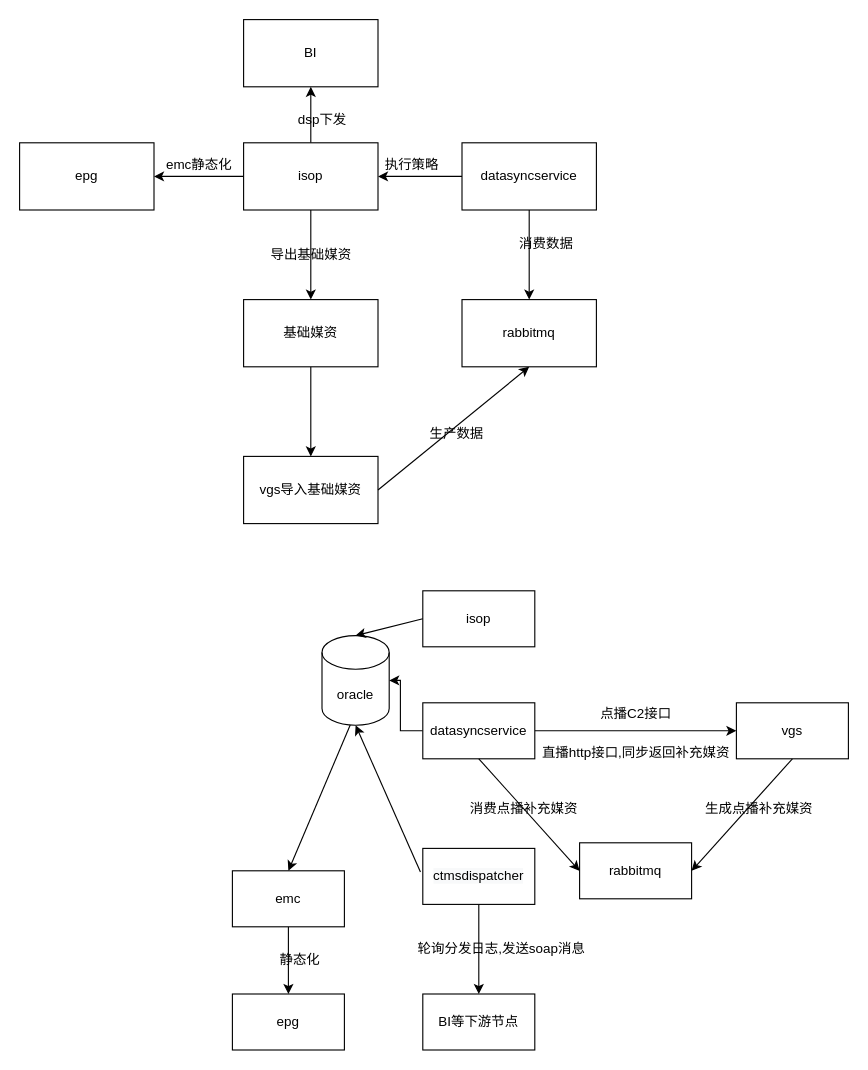
Earlier version of the draw.io diagram 日志分析dess.drawio (utscgeorge/processitemtest). Source tidied: cells renumbered, new cells numbered last; positions are measured from the earlier drawing's top-left corner, leaving out a move shared by most shapes. Both pictures are drawn from the tidied source at 112%, with x=0, y=0 at pixel (19, 19).
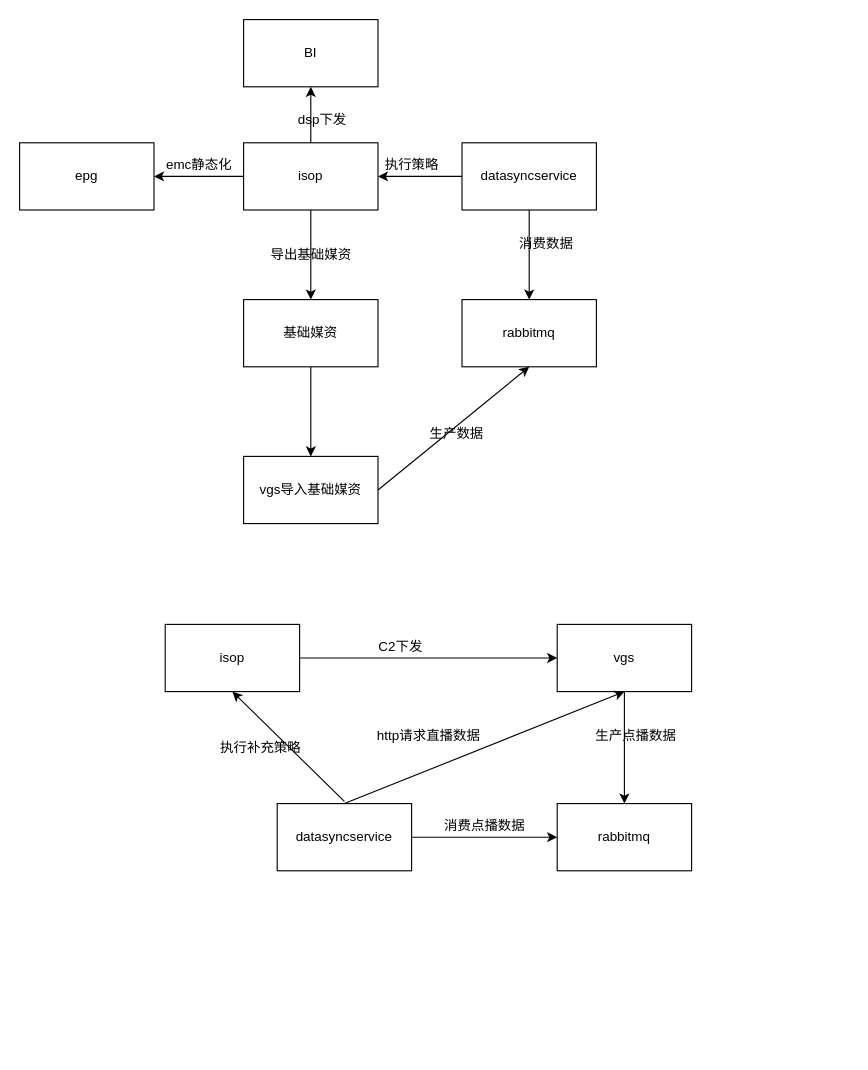
The same diagram, later.

The edit, as a diff of the source:
```diff
@@
-    <mxCell id="3" value="isop" style="whiteSpace=wrap;html=1;" parent="1" vertex="1">
-      <mxGeometry x="360" y="510" width="100" height="50" as="geometry" />
-    </mxCell>
-    <mxCell id="4" value="vgs" style="whiteSpace=wrap;html=1;" parent="1" vertex="1">
-      <mxGeometry x="640" y="610" width="100" height="50" as="geometry" />
-    </mxCell>
-    <mxCell id="5" value="点播C2接口" style="text;html=1;align=center;verticalAlign=middle;strokeColor=none;" parent="1" vertex="1">
-      <mxGeometry x="510" y="610" width="80" height="20" as="geometry" />
-    </mxCell>
-    <mxCell id="6" value="oracle" style="shape=cylinder3;whiteSpace=wrap;html=1;boundedLbl=1;backgroundOutline=1;size=15;" parent="1" vertex="1">
-      <mxGeometry x="270" y="550" width="60" height="80" as="geometry" />
-    </mxCell>
-    <mxCell id="7" style="edgeStyle=orthogonalEdgeStyle;rounded=0;jettySize=auto;html=1;" parent="1" edge="1" source="9" target="6">
-      <mxGeometry relative="1" as="geometry" />
-    </mxCell>
-    <mxCell id="8" style="edgeStyle=orthogonalEdgeStyle;rounded=0;jettySize=auto;html=1;" parent="1" edge="1" source="9">
-      <mxGeometry relative="1" as="geometry">
-        <mxPoint x="640" y="635" as="targetPoint" />
-      </mxGeometry>
-    </mxCell>
-    <mxCell id="9" value="datasyncservice" style="whiteSpace=wrap;html=1;" parent="1" vertex="1">
-      <mxGeometry x="360" y="610" width="100" height="50" as="geometry" />
-    </mxCell>
-    <mxCell id="10" style="endArrow=classic;html=1;exitX=0;exitY=0.5;exitDx=0;exitDy=0;entryX=0.5;entryY=0;entryDx=0;entryDy=0;entryPerimeter=0;" parent="1" edge="1" source="3" target="6">
-      <mxGeometry relative="1" as="geometry" />
-    </mxCell>
-    <mxCell id="11" style="edgeStyle=orthogonalEdgeStyle;rounded=0;jettySize=auto;html=1;" parent="1" edge="1" source="12" target="14">
-      <mxGeometry relative="1" as="geometry" />
-    </mxCell>
-    <mxCell id="12" value="&#10;&#10;&lt;span style=&quot;color: rgb(0, 0, 0); font-family: helvetica; font-size: 12px; font-style: normal; font-weight: 400; letter-spacing: normal; text-align: center; text-indent: 0px; text-transform: none; word-spacing: 0px; background-color: rgb(248, 249, 250); display: inline; float: none;&quot;&gt;ctmsdispatcher&lt;/span&gt;&#10;&#10;" style="whiteSpace=wrap;html=1;" parent="1" vertex="1">
-      <mxGeometry x="360" y="740" width="100" height="50" as="geometry" />
-    </mxCell>
-    <mxCell id="13" style="endArrow=classic;html=1;exitX=-0.021;exitY=0.42;exitDx=0;exitDy=0;exitPerimeter=0;entryX=0.5;entryY=1;entryDx=0;entryDy=0;entryPerimeter=0;" parent="1" edge="1" source="12" target="6">
-      <mxGeometry relative="1" as="geometry" />
-    </mxCell>
-    <mxCell id="14" value="BI等下游节点" style="whiteSpace=wrap;html=1;" parent="1" vertex="1">
-      <mxGeometry x="360" y="870" width="100" height="50" as="geometry" />
-    </mxCell>
-    <mxCell id="15" value="轮询分发日志,发送soap消息" style="text;html=1;align=center;verticalAlign=middle;strokeColor=none;" parent="1" vertex="1">
-      <mxGeometry x="350" y="820" width="160" height="20" as="geometry" />
-    </mxCell>
-    <mxCell id="16" value="直播http接口,同步返回补充媒资" style="text;html=1;align=center;verticalAlign=middle;strokeColor=none;" parent="1" vertex="1">
-      <mxGeometry x="460" y="645" width="180" height="20" as="geometry" />
-    </mxCell>
-    <mxCell id="17" value="rabbitmq" style="whiteSpace=wrap;html=1;" parent="1" vertex="1">
-      <mxGeometry x="500" y="735" width="100" height="50" as="geometry" />
-    </mxCell>
-    <mxCell id="18" style="endArrow=classic;html=1;entryX=1;entryY=0.5;entryDx=0;entryDy=0;exitX=0.5;exitY=1;exitDx=0;exitDy=0;" parent="1" edge="1" source="4" target="17">
-      <mxGeometry relative="1" as="geometry" />
-    </mxCell>
-    <mxCell id="19" value="生成点播补充媒资" style="text;html=1;align=center;verticalAlign=middle;strokeColor=none;" parent="1" vertex="1">
-      <mxGeometry x="605" y="695" width="110" height="20" as="geometry" />
-    </mxCell>
-    <mxCell id="20" style="endArrow=classic;html=1;exitX=0.5;exitY=1;exitDx=0;exitDy=0;entryX=0;entryY=0.5;entryDx=0;entryDy=0;" parent="1" edge="1" source="9" target="17">
-      <mxGeometry relative="1" as="geometry" />
-    </mxCell>
-    <mxCell id="21" value="消费点播补充媒资" style="text;html=1;align=center;verticalAlign=middle;strokeColor=none;" parent="1" vertex="1">
-      <mxGeometry x="395" y="695" width="110" height="20" as="geometry" />
-    </mxCell>
-    <mxCell id="22" style="endArrow=classic;html=1;exitX=0.42;exitY=0.998;exitDx=0;exitDy=0;exitPerimeter=0;" parent="1" edge="1" source="6">
-      <mxGeometry relative="1" as="geometry">
-        <mxPoint x="240" y="760" as="targetPoint" />
-      </mxGeometry>
-    </mxCell>
-    <mxCell id="23" style="edgeStyle=orthogonalEdgeStyle;rounded=0;jettySize=auto;html=1;" parent="1" edge="1" source="24" target="25">
-      <mxGeometry relative="1" as="geometry" />
-    </mxCell>
-    <mxCell id="24" value="emc" style="whiteSpace=wrap;html=1;" parent="1" vertex="1">
-      <mxGeometry x="190" y="760" width="100" height="50" as="geometry" />
-    </mxCell>
-    <mxCell id="25" value="epg" style="whiteSpace=wrap;html=1;" parent="1" vertex="1">
-      <mxGeometry x="190" y="870" width="100" height="50" as="geometry" />
-    </mxCell>
-    <mxCell id="26" value="静态化" style="text;html=1;align=center;verticalAlign=middle;strokeColor=none;" parent="1" vertex="1">
-      <mxGeometry x="225" y="830" width="50" height="20" as="geometry" />
-    </mxCell>
@@
+    <mxCell id="46" style="edgeStyle=orthogonalEdgeStyle;rounded=0;jettySize=auto;html=1;" parent="1" edge="1" source="3" target="4">
+      <mxGeometry relative="1" as="geometry" />
+    </mxCell>
+    <mxCell id="3" value="isop" style="whiteSpace=wrap;html=1;" parent="1" vertex="1">
+      <mxGeometry x="130" y="540" width="120" height="60" as="geometry" />
+    </mxCell>
+    <mxCell id="17" value="rabbitmq" style="whiteSpace=wrap;html=1;" parent="1" vertex="1">
+      <mxGeometry x="480" y="700" width="120" height="60" as="geometry" />
+    </mxCell>
+    <mxCell id="18" style="edgeStyle=orthogonalEdgeStyle;rounded=0;jettySize=auto;html=1;" parent="1" edge="1" source="4" target="17">
+      <mxGeometry relative="1" as="geometry" />
+    </mxCell>
+    <mxCell id="4" value="vgs" style="whiteSpace=wrap;html=1;" parent="1" vertex="1">
+      <mxGeometry x="480" y="540" width="120" height="60" as="geometry" />
+    </mxCell>
+    <mxCell id="47" value="C2下发" style="text;html=1;align=center;verticalAlign=middle;strokeColor=none;" parent="1" vertex="1">
+      <mxGeometry x="315" y="550" width="50" height="20" as="geometry" />
+    </mxCell>
+    <mxCell id="48" value="生产点播数据" style="text;html=1;align=center;verticalAlign=middle;strokeColor=none;" parent="1" vertex="1">
+      <mxGeometry x="505" y="630" width="90" height="20" as="geometry" />
+    </mxCell>
+    <mxCell id="9" value="datasyncservice" style="whiteSpace=wrap;html=1;" parent="1" vertex="1">
+      <mxGeometry x="230" y="700" width="120" height="60" as="geometry" />
+    </mxCell>
+    <mxCell id="20" style="endArrow=classic;html=1;exitX=1;exitY=0.5;exitDx=0;exitDy=0;entryX=0;entryY=0.5;entryDx=0;entryDy=0;" parent="1" edge="1" source="9" target="17">
+      <mxGeometry relative="1" as="geometry" />
+    </mxCell>
+    <mxCell id="49" value="消费点播数据&lt;br&gt;" style="text;html=1;align=center;verticalAlign=middle;strokeColor=none;" parent="1" vertex="1">
+      <mxGeometry x="370" y="710" width="90" height="20" as="geometry" />
+    </mxCell>
+    <mxCell id="50" style="endArrow=classic;html=1;exitX=0.5;exitY=0;exitDx=0;exitDy=0;entryX=0.5;entryY=1;entryDx=0;entryDy=0;entryPerimeter=0;" parent="1" edge="1" source="9" target="4">
+      <mxGeometry relative="1" as="geometry" />
+    </mxCell>
+    <mxCell id="51" value="http请求直播数据" style="text;html=1;align=center;verticalAlign=middle;strokeColor=none;" parent="1" vertex="1">
+      <mxGeometry x="310" y="630" width="110" height="20" as="geometry" />
+    </mxCell>
+    <mxCell id="52" style="endArrow=classic;html=1;entryX=0.5;entryY=1;entryDx=0;entryDy=0;" parent="1" edge="1" target="3">
+      <mxGeometry relative="1" as="geometry">
+        <mxPoint x="290" y="698" as="sourcePoint" />
+      </mxGeometry>
+    </mxCell>
+    <mxCell id="53" value="执行补充策略" style="text;html=1;align=center;verticalAlign=middle;strokeColor=none;" parent="1" vertex="1">
+      <mxGeometry x="170" y="640" width="90" height="20" as="geometry" />
+    </mxCell>
```
